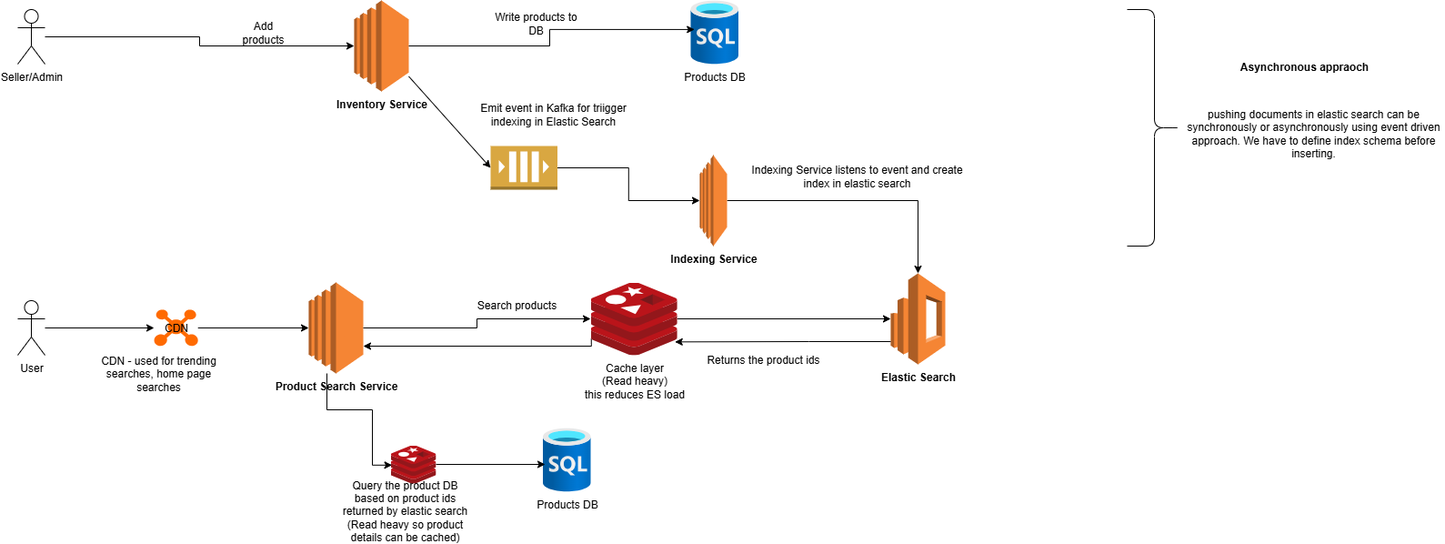
harshgandhi-1999/high-level-design keeps this draw.io diagram as ECommerce_HLD_diagram.drawio.png. Above is the earlier version. Source tidied: cells renumbered, new cells last; positions are measured from the earlier drawing's top-left corner, leaving out a move shared by most shapes.
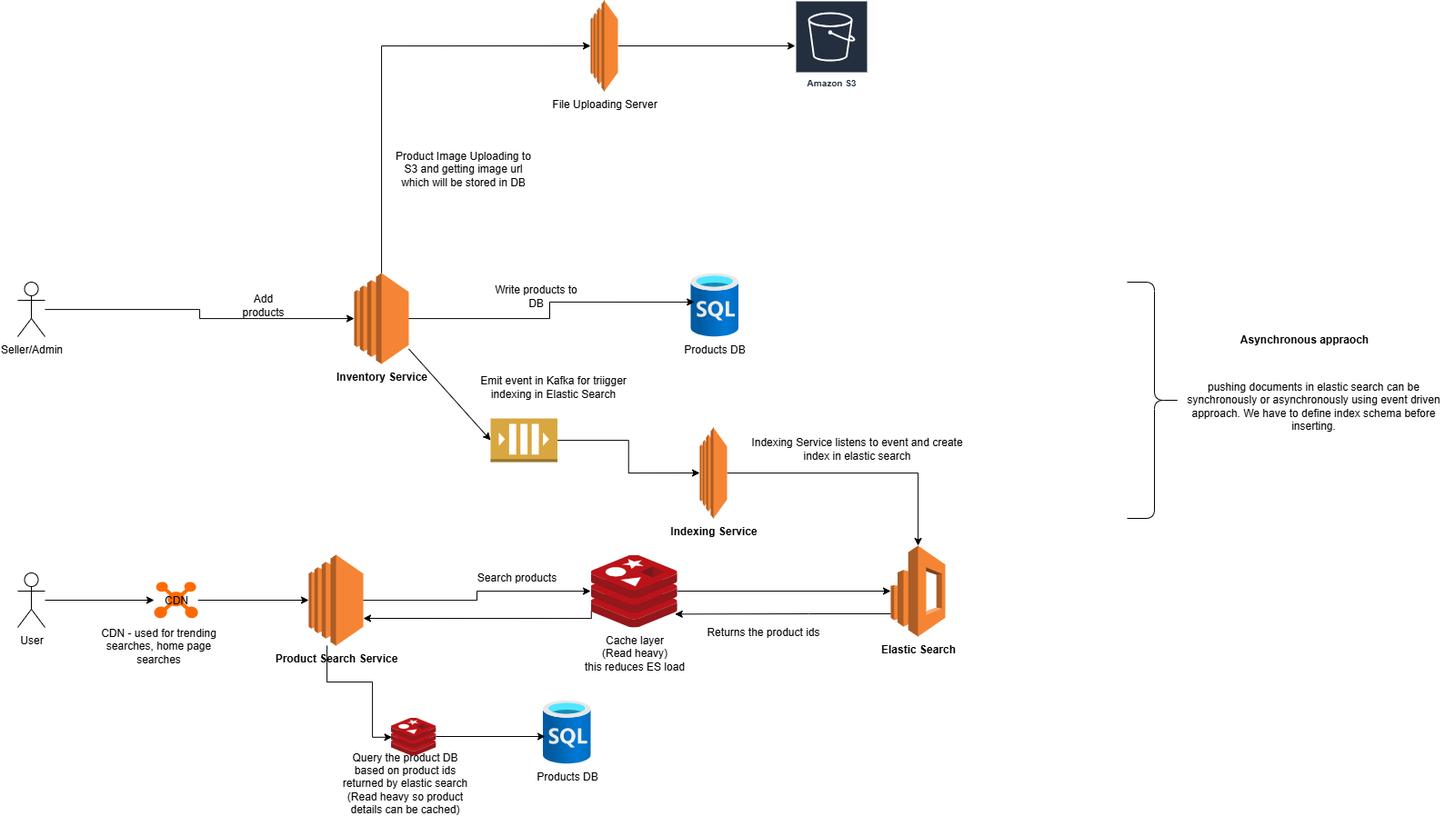
Later version of the same file.

What changed in the source:
```diff
@@ -127,5 +127,24 @@
     <mxCell id="37" style="image;sketch=0;html=1;points=[];align=center;fontSize=12;image=img/lib/mscae/Cache_Redis_Product.svg;strokeWidth=1;imageBorder=none;" parent="1" vertex="1">
       <mxGeometry x="410" y="489" width="50" height="42" as="geometry" />
     </mxCell>
+    <mxCell id="38" style="edgeStyle=orthogonalEdgeStyle;rounded=0;jettySize=auto;html=1;" parent="1" edge="1" source="39" target="42">
+      <mxGeometry relative="1" as="geometry" />
+    </mxCell>
+    <mxCell id="39" value="File Uploading Server" style="outlineConnect=0;dashed=0;verticalLabelPosition=bottom;verticalAlign=top;align=center;html=1;shape=mxgraph.aws3.ec2;fillColor=#F58534;gradientColor=none;" parent="1" vertex="1">
+      <mxGeometry x="630" y="-300" width="30" height="100" as="geometry" />
+    </mxCell>
+    <mxCell id="40" style="edgeStyle=orthogonalEdgeStyle;rounded=0;jettySize=auto;html=1;entryX=0;entryY=0.5;entryDx=0;entryDy=0;entryPerimeter=0;" parent="1" edge="1" source="2" target="39">
+      <mxGeometry relative="1" as="geometry">
+        <Array as="points">
+          <mxPoint x="400" y="-250" />
+        </Array>
+      </mxGeometry>
+    </mxCell>
+    <mxCell id="41" value="Product Image Uploading to S3 and getting image url which will be stored in DB" style="text;html=1;align=center;verticalAlign=middle;whiteSpace=wrap;rounded=0;" parent="1" vertex="1">
+      <mxGeometry x="410" y="-140" width="160" height="50" as="geometry" />
+    </mxCell>
+    <mxCell id="42" value="Amazon S3" style="sketch=0;outlineConnect=0;fontColor=#232F3E;gradientColor=none;strokeColor=#ffffff;fillColor=#232F3E;dashed=0;verticalLabelPosition=middle;verticalAlign=bottom;align=center;html=1;whiteSpace=wrap;fontSize=10;fontStyle=1;spacing=3;shape=mxgraph.aws4.productIcon;prIcon=mxgraph.aws4.s3;" parent="1" vertex="1">
+      <mxGeometry x="855" y="-300" width="80" height="100" as="geometry" />
+    </mxCell>
   </root>
 </mxGraphModel>
```
